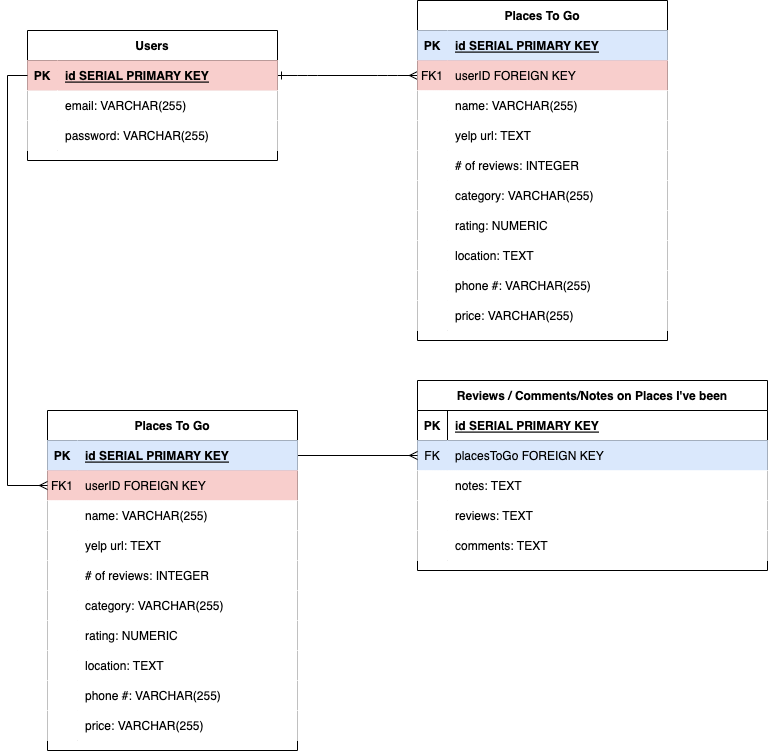
taekim90/the-travel-buddy keeps this draw.io diagram as The-Travel-Buddy.drawio.png. Above is the earlier version. Source tidied: cells renumbered, new cells last; positions are measured from the earlier drawing's top-left corner, leaving out a move shared by most shapes.
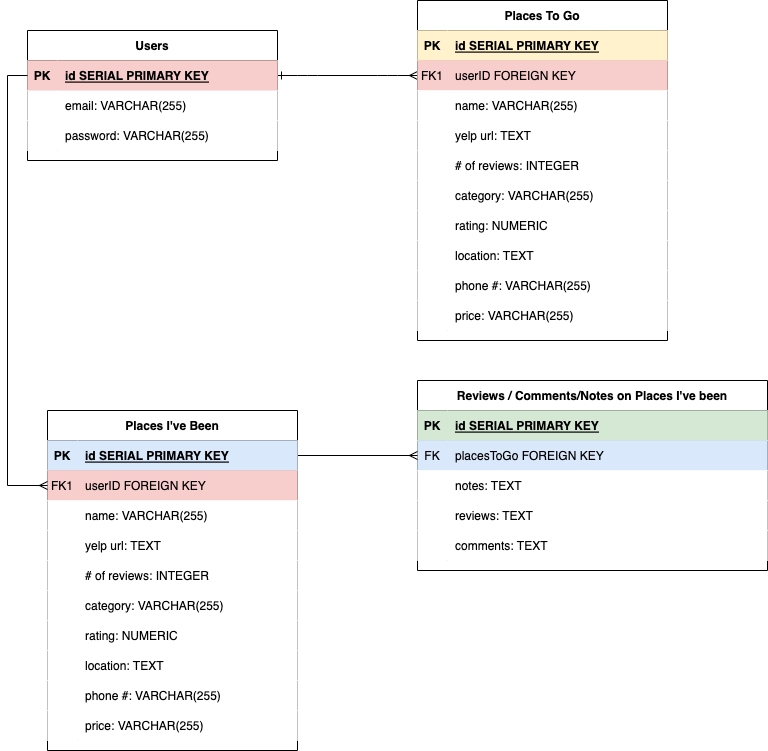
Later version of the same file.

What changed in the source:
```diff
@@ -8,13 +8,13 @@
     <mxCell id="3" value="Places To Go" style="shape=table;startSize=30;rowLines=0;fontStyle=1;align=center;" parent="1" vertex="1">
       <mxGeometry x="390" width="250" height="340" as="geometry" />
     </mxCell>
-    <mxCell id="4" style="shape=partialRectangle;fillColor=#dae8fc;top=0;left=0;right=0;bottom=1;strokeColor=#6c8ebf;" parent="3" vertex="1">
+    <mxCell id="4" style="shape=partialRectangle;fillColor=#fff2cc;top=0;left=0;right=0;bottom=1;strokeColor=#d6b656;" parent="3" vertex="1">
       <mxGeometry y="30" width="250" height="30" as="geometry" />
     </mxCell>
-    <mxCell id="5" value="PK" style="shape=partialRectangle;overflow=hidden;fillColor=#dae8fc;top=0;left=0;bottom=0;right=0;fontStyle=1;strokeColor=#6c8ebf;" parent="4" vertex="1">
+    <mxCell id="5" value="PK" style="shape=partialRectangle;overflow=hidden;fillColor=#fff2cc;top=0;left=0;bottom=0;right=0;fontStyle=1;strokeColor=#d6b656;" parent="4" vertex="1">
       <mxGeometry width="30" height="30" as="geometry" />
     </mxCell>
-    <mxCell id="6" value="id SERIAL PRIMARY KEY" style="shape=partialRectangle;overflow=hidden;fillColor=#dae8fc;top=0;left=0;bottom=0;right=0;align=left;spacingLeft=6;fontStyle=5;strokeColor=#6c8ebf;" parent="4" vertex="1">
+    <mxCell id="6" value="id SERIAL PRIMARY KEY" style="shape=partialRectangle;overflow=hidden;fillColor=#fff2cc;top=0;left=0;bottom=0;right=0;align=left;spacingLeft=6;fontStyle=5;strokeColor=#d6b656;" parent="4" vertex="1">
       <mxGeometry x="30" width="220" height="30" as="geometry" />
     </mxCell>
     <mxCell id="7" style="shape=partialRectangle;fillColor=#f8cecc;points=[[0,0.5],[1,0.5]];portConstraint=eastwest;top=0;left=0;right=0;bottom=0;strokeColor=#b85450;" parent="3" vertex="1">
@@ -131,13 +131,13 @@
     <mxCell id="44" value="Reviews / Comments/Notes on Places I've been" style="shape=table;startSize=30;rowLines=0;fontStyle=1;align=center;" parent="1" vertex="1">
       <mxGeometry x="390" y="380" width="350" height="190" as="geometry" />
     </mxCell>
-    <mxCell id="45" style="shape=tableRow;horizontal=0;startSize=0;swimlaneHead=0;swimlaneBody=0;fillColor=none;top=0;left=0;right=0;bottom=1;" parent="44" vertex="1">
+    <mxCell id="45" style="shape=tableRow;horizontal=0;startSize=0;swimlaneHead=0;swimlaneBody=0;fillColor=#d5e8d4;top=0;left=0;right=0;bottom=1;strokeColor=#82b366;" parent="44" vertex="1">
       <mxGeometry y="30" width="350" height="30" as="geometry" />
     </mxCell>
-    <mxCell id="46" value="PK" style="shape=partialRectangle;fillColor=none;top=0;left=0;bottom=0;right=0;fontStyle=1;overflow=hidden;" parent="45" vertex="1">
+    <mxCell id="46" value="PK" style="shape=partialRectangle;fillColor=#d5e8d4;top=0;left=0;bottom=0;right=0;fontStyle=1;overflow=hidden;strokeColor=#82b366;" parent="45" vertex="1">
       <mxGeometry width="30" height="30" as="geometry" />
     </mxCell>
-    <mxCell id="47" value="id SERIAL PRIMARY KEY" style="shape=partialRectangle;fillColor=none;top=0;left=0;bottom=0;right=0;align=left;spacingLeft=6;fontStyle=5;overflow=hidden;" parent="45" vertex="1">
+    <mxCell id="47" value="id SERIAL PRIMARY KEY" style="shape=partialRectangle;fillColor=#d5e8d4;top=0;left=0;bottom=0;right=0;align=left;spacingLeft=6;fontStyle=5;overflow=hidden;strokeColor=#82b366;" parent="45" vertex="1">
       <mxGeometry x="30" width="320" height="30" as="geometry" />
     </mxCell>
     <mxCell id="48" style="shape=tableRow;horizontal=0;startSize=0;swimlaneHead=0;swimlaneBody=0;fillColor=#dae8fc;points=[[0,0.5],[1,0.5]];portConstraint=eastwest;top=0;left=0;right=0;bottom=0;strokeColor=#6c8ebf;" parent="44" vertex="1">
@@ -181,7 +181,7 @@
         <mxPoint x="270" y="435" as="sourcePoint" />
       </mxGeometry>
     </mxCell>
-    <mxCell id="61" value="Places To Go" style="shape=table;startSize=30;rowLines=0;fontStyle=1;align=center;" parent="1" vertex="1">
+    <mxCell id="61" value="Places I've Been" style="shape=table;startSize=30;rowLines=0;fontStyle=1;align=center;" parent="1" vertex="1">
       <mxGeometry x="20" y="410" width="250" height="340" as="geometry" />
     </mxCell>
     <mxCell id="62" style="shape=partialRectangle;fillColor=#dae8fc;top=0;left=0;right=0;bottom=1;strokeColor=#6c8ebf;" parent="61" vertex="1">
```
